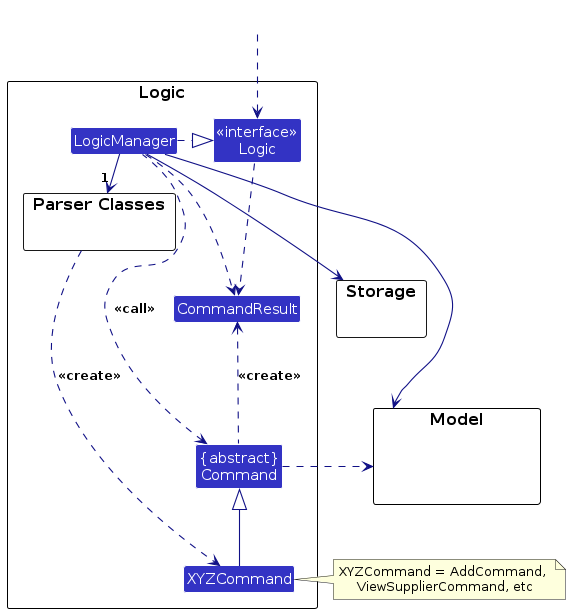
Above: diagrams/LogicClassDiagram.png in AY2425S1-CS2103T-T17-3/tp (PlantUML), before the change. Its source is kept beside it as diagrams/LogicClassDiagram.puml. Its diagram source:
```plantuml
@startuml
!include style.puml
skinparam arrowThickness 1.1
skinparam arrowColor LOGIC_COLOR_T4
skinparam classBackgroundColor LOGIC_COLOR

package Logic as LogicPackage {

package "Parser Classes" as ParserClasses{
}
Class XYZCommand
Class CommandResult
Class "{abstract}\nCommand" as Command


Class "<<interface>>\nLogic" as Logic
Class LogicManager
}

package Model {
Class HiddenModel #FFFFFF
}

package Storage {
}

Class HiddenOutside #FFFFFF
HiddenOutside ..> Logic

LogicManager .right.|> Logic
LogicManager -right->"1" ParserClasses
ParserClasses ..> XYZCommand : <<create>>

XYZCommand -up-|> Command
LogicManager .left.> Command : <<call>>

LogicManager --> Model
LogicManager --> Storage
Storage --[hidden] Model
Command .[hidden]up.> Storage
Command .right.> Model
note right of XYZCommand: XYZCommand = AddCommand, \nViewSupplierCommand, etc

Logic ..> CommandResult
LogicManager .down.> CommandResult
Command .up.> CommandResult : <<create>>
@enduml
```
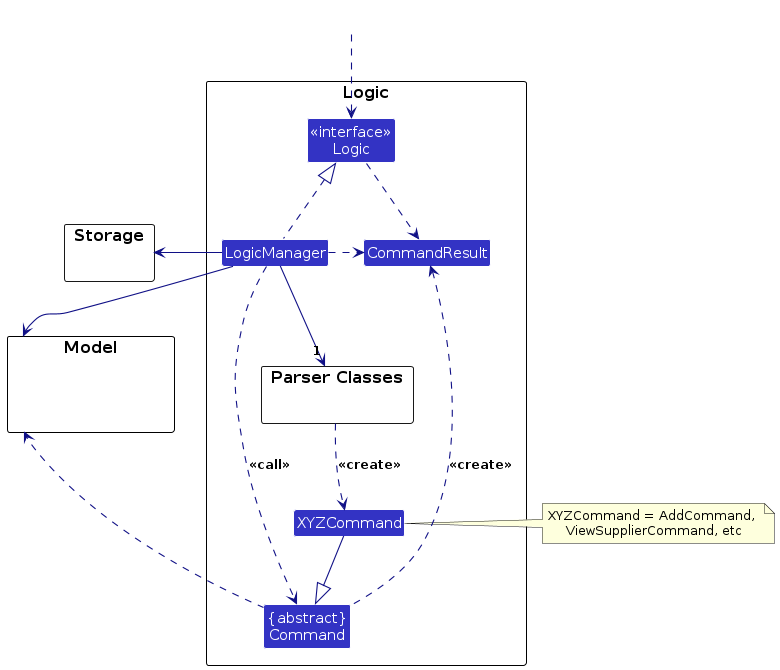
The same file after the commit.

Change to the diagram source:
```diff
@@ -8,10 +8,10 @@
 
 package "Parser Classes" as ParserClasses{
 }
+
 Class XYZCommand
 Class CommandResult
 Class "{abstract}\nCommand" as Command
-
 
 Class "<<interface>>\nLogic" as Logic
 Class LogicManager
@@ -27,21 +27,20 @@
 Class HiddenOutside #FFFFFF
 HiddenOutside ..> Logic
 
-LogicManager .right.|> Logic
-LogicManager -right->"1" ParserClasses
-ParserClasses ..> XYZCommand : <<create>>
+LogicManager .up.|> Logic
+LogicManager -down->"1" ParserClasses
+ParserClasses .down.> XYZCommand : <<create>>
+XYZCommand -down-|> Command
+LogicManager .right.> Command : <<call>>
 
-XYZCommand -up-|> Command
-LogicManager .left.> Command : <<call>>
+LogicManager -left-> Model
+LogicManager -right-> Storage
 
-LogicManager --> Model
-LogicManager --> Storage
-Storage --[hidden] Model
-Command .[hidden]up.> Storage
-Command .right.> Model
+Storage--[hidden] Model
+Command .left.> Model
 note right of XYZCommand: XYZCommand = AddCommand, \nViewSupplierCommand, etc
 
-Logic ..> CommandResult
-LogicManager .down.> CommandResult
+Logic .right.> CommandResult
+LogicManager .right.> CommandResult
 Command .up.> CommandResult : <<create>>
 @enduml
```
